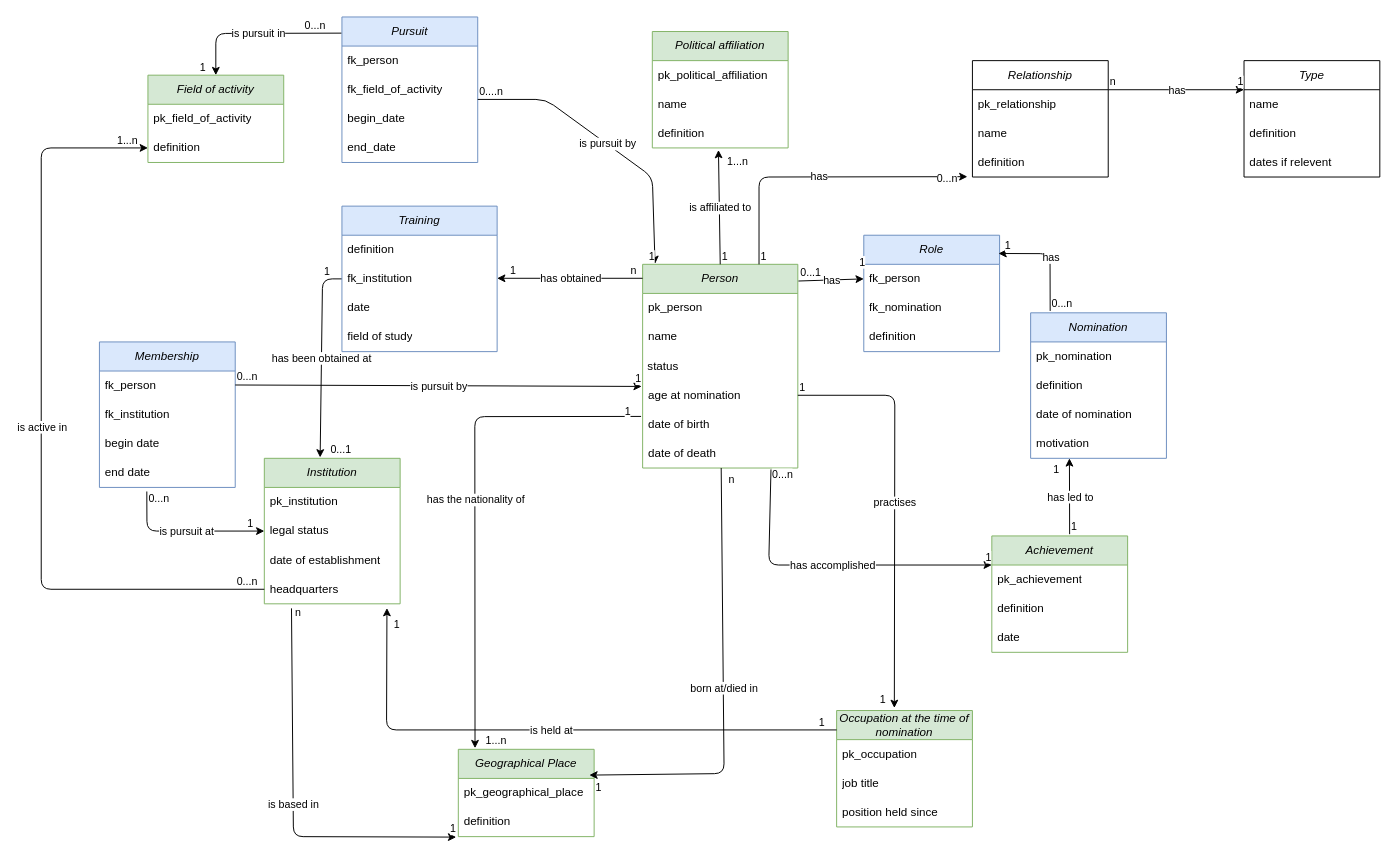
The draw.io diagram Documentation/MCD_to_database_nobel_prize.drawio in cattina2/nobel_peace_prize, before the edit. Source tidied: cells renumbered, new cells numbered last; positions are measured from the earlier drawing's top-left corner, leaving out a move shared by most shapes. Both pictures are drawn from the tidied source at 97%, with x=0, y=0 at pixel (41, 16).
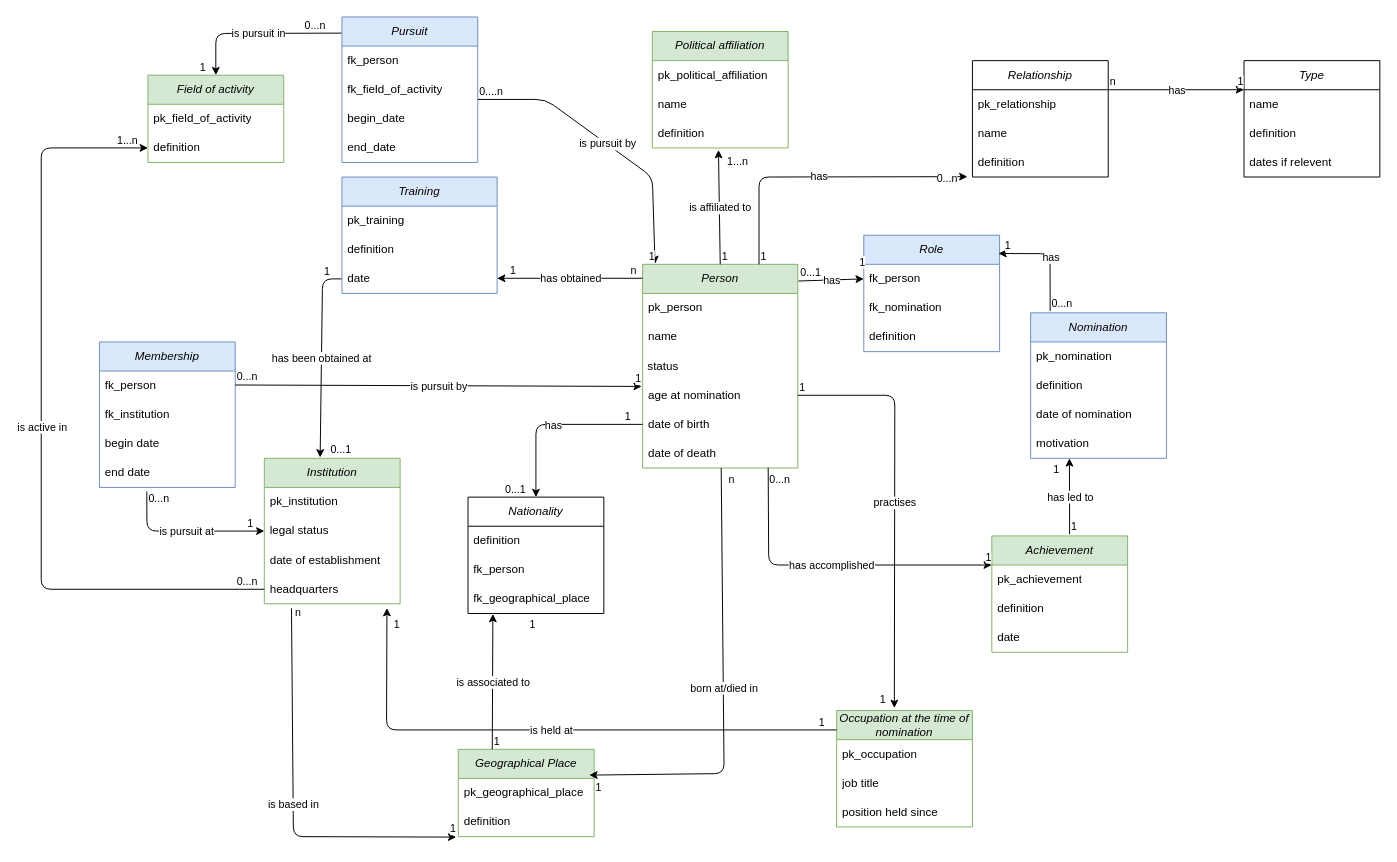
The same diagram, later.

Commit message (it also covers changes not shown here):
modifications MCD et SQLite

Unchanged cells that the change refers to:
```xml
<mxCell id="7" value="date of birth" style="text;strokeColor=none;fillColor=none;align=left;verticalAlign=middle;spacingLeft=4;spacingRight=4;overflow=hidden;points=[[0,0.5],[1,0.5]];portConstraint=eastwest;whiteSpace=wrap;html=1;" parent="2" vertex="1">
  <mxGeometry y="150" width="160" height="30" as="geometry" />
</mxCell>
<mxCell id="8" value="date of death" style="text;strokeColor=none;fillColor=none;align=left;verticalAlign=middle;spacingLeft=4;spacingRight=4;overflow=hidden;points=[[0,0.5],[1,0.5]];portConstraint=eastwest;whiteSpace=wrap;html=1;" parent="2" vertex="1">
  <mxGeometry y="180" width="160" height="30" as="geometry" />
</mxCell>
<mxCell id="14" value="&lt;i&gt;Institution&lt;/i&gt;" style="swimlane;fontStyle=0;horizontal=1;startSize=30;whiteSpace=wrap;html=1;fillColor=#d5e8d4;strokeColor=#82b366;" parent="1" vertex="1">
  <mxGeometry x="230" y="455" width="140" height="150" as="geometry" />
</mxCell>
<mxCell id="19" value="&lt;i&gt;Geographical Place&lt;/i&gt;" style="swimlane;fontStyle=0;horizontal=1;startSize=30;whiteSpace=wrap;html=1;fillColor=#d5e8d4;strokeColor=#82b366;" parent="1" vertex="1">
  <mxGeometry x="430" y="755" width="140" height="90" as="geometry" />
</mxCell>
<mxCell id="37" value="Achievement" style="swimlane;fontStyle=2;horizontal=1;startSize=30;whiteSpace=wrap;html=1;fillColor=#d5e8d4;strokeColor=#82b366;" parent="1" vertex="1">
  <mxGeometry x="980" y="535" width="140" height="120" as="geometry" />
</mxCell>
```

Change to the diagram source:
```diff
@@
-    <mxCell id="70" style="endArrow=classic;html=1;exitX=0;exitY=0.5;exitDx=0;exitDy=0;entryX=0.411;entryY=-0.006;entryDx=0;entryDy=0;entryPerimeter=0;" parent="1" edge="1" source="104" target="14">
+    <mxCell id="70" style="endArrow=classic;html=1;exitX=0;exitY=0.5;exitDx=0;exitDy=0;entryX=0.411;entryY=-0.006;entryDx=0;entryDy=0;entryPerimeter=0;" parent="1" edge="1" target="14">
       <mxGeometry relative="1" as="geometry">
+        <mxPoint x="310" y="270" as="sourcePoint" />
         <Array as="points">
           <mxPoint x="290" y="270" />
         </Array>
       </mxGeometry>
     </mxCell>
@@
-    <mxCell id="82" style="endArrow=classic;html=1;exitX=-0.01;exitY=0.227;exitDx=0;exitDy=0;exitPerimeter=0;entryX=0.123;entryY=-0.013;entryDx=0;entryDy=0;entryPerimeter=0;" parent="1" edge="1" source="7" target="19">
-      <mxGeometry relative="1" as="geometry">
-        <Array as="points">
-          <mxPoint x="447" y="412" />
-        </Array>
-      </mxGeometry>
-    </mxCell>
-    <mxCell id="83" value="has the nationality of" style="edgeLabel;html=1;align=center;verticalAlign=middle;" parent="82" vertex="1">
-      <mxGeometry relative="1" as="geometry" />
-    </mxCell>
-    <mxCell id="84" value="1" style="edgeLabel;html=1;align=left;verticalAlign=bottom;" parent="82" vertex="1">
-      <mxGeometry x="-1" relative="1" as="geometry">
-        <mxPoint x="-18" y="3" as="offset" />
-      </mxGeometry>
-    </mxCell>
-    <mxCell id="85" value="1...n" style="edgeLabel;html=1;align=right;verticalAlign=bottom;" parent="82" vertex="1">
-      <mxGeometry x="1" relative="1" as="geometry">
-        <mxPoint x="33" as="offset" />
-      </mxGeometry>
-    </mxCell>
@@
     <mxCell id="102" value="Training" style="swimlane;fontStyle=2;horizontal=1;startSize=30;whiteSpace=wrap;html=1;fillColor=#dae8fc;strokeColor=#6c8ebf;" parent="1" vertex="1">
-      <mxGeometry x="310" y="195" width="160" height="150" as="geometry" />
+      <mxGeometry x="310" y="165" width="160" height="120" as="geometry" />
     </mxCell>
+    <mxCell id="140" value="pk_training" style="text;strokeColor=none;fillColor=none;align=left;verticalAlign=middle;spacingLeft=4;spacingRight=4;overflow=hidden;whiteSpace=wrap;html=1;" parent="102" vertex="1">
+      <mxGeometry y="30" width="160" height="30" as="geometry" />
+    </mxCell>
     <mxCell id="103" value="definition" style="text;strokeColor=none;fillColor=none;align=left;verticalAlign=middle;spacingLeft=4;spacingRight=4;overflow=hidden;whiteSpace=wrap;html=1;" parent="102" vertex="1">
-      <mxGeometry y="30" width="160" height="30" as="geometry" />
+      <mxGeometry y="60" width="160" height="30" as="geometry" />
     </mxCell>
-    <mxCell id="104" value="fk_institution" style="text;strokeColor=none;fillColor=none;align=left;verticalAlign=middle;spacingLeft=4;spacingRight=4;overflow=hidden;points=[[0,0.5],[1,0.5]];portConstraint=eastwest;whiteSpace=wrap;html=1;" parent="102" vertex="1">
-      <mxGeometry y="60" width="160" height="30" as="geometry" />
-    </mxCell>
@@
-    <mxCell id="106" value="field of study" style="text;strokeColor=none;fillColor=none;align=left;verticalAlign=middle;spacingLeft=4;spacingRight=4;overflow=hidden;whiteSpace=wrap;html=1;" parent="102" vertex="1">
-      <mxGeometry y="120" width="160" height="30" as="geometry" />
-    </mxCell>
@@
-    <mxCell id="132" style="endArrow=classic;html=1;exitX=0.827;exitY=1.049;exitDx=0;exitDy=0;exitPerimeter=0;entryX=0;entryY=0.25;entryDx=0;entryDy=0;" parent="1" edge="1" source="8" target="37">
+    <mxCell id="132" style="endArrow=classic;html=1;exitX=0.809;exitY=0.986;exitDx=0;exitDy=0;exitPerimeter=0;entryX=0;entryY=0.25;entryDx=0;entryDy=0;" parent="1" edge="1" source="8" target="37">
       <mxGeometry relative="1" as="geometry">
         <Array as="points">
           <mxPoint x="750" y="565" />
         </Array>
       </mxGeometry>
     </mxCell>
@@
     <mxCell id="134" value="0...n" style="edgeLabel;html=1;align=left;verticalAlign=bottom;" parent="132" vertex="1">
       <mxGeometry x="-1" relative="1" as="geometry">
-        <mxPoint y="14" as="offset" />
+        <mxPoint y="20" as="offset" />
       </mxGeometry>
     </mxCell>
@@
+    <mxCell id="141" value="&lt;i&gt;Nationality&lt;/i&gt;" style="swimlane;fontStyle=0;horizontal=1;startSize=30;whiteSpace=wrap;html=1;" parent="1" vertex="1">
+      <mxGeometry x="440" y="495" width="140" height="120" as="geometry" />
+    </mxCell>
+    <mxCell id="142" value="definition" style="text;strokeColor=none;fillColor=none;align=left;verticalAlign=middle;spacingLeft=4;spacingRight=4;overflow=hidden;whiteSpace=wrap;html=1;" parent="141" vertex="1">
+      <mxGeometry y="30" width="140" height="30" as="geometry" />
+    </mxCell>
+    <mxCell id="143" value="fk_person" style="text;strokeColor=none;fillColor=none;align=left;verticalAlign=middle;spacingLeft=4;spacingRight=4;overflow=hidden;whiteSpace=wrap;html=1;" parent="141" vertex="1">
+      <mxGeometry y="60" width="140" height="30" as="geometry" />
+    </mxCell>
+    <mxCell id="144" value="fk_geographical_place" style="text;strokeColor=none;fillColor=none;align=left;verticalAlign=middle;spacingLeft=4;spacingRight=4;overflow=hidden;points=[[0,0.5],[1,0.5]];portConstraint=eastwest;whiteSpace=wrap;html=1;" parent="141" vertex="1">
+      <mxGeometry y="90" width="140" height="30" as="geometry" />
+    </mxCell>
+    <mxCell id="145" style="endArrow=classic;html=1;exitX=0;exitY=0.5;exitDx=0;exitDy=0;entryX=0.5;entryY=0;entryDx=0;entryDy=0;" parent="1" edge="1" source="7" target="141">
+      <mxGeometry relative="1" as="geometry">
+        <Array as="points">
+          <mxPoint x="510" y="420" />
+        </Array>
+      </mxGeometry>
+    </mxCell>
+    <mxCell id="146" value="has" style="edgeLabel;html=1;align=center;verticalAlign=middle;" parent="145" vertex="1">
+      <mxGeometry relative="1" as="geometry" />
+    </mxCell>
+    <mxCell id="147" value="1" style="edgeLabel;html=1;align=left;verticalAlign=bottom;" parent="145" vertex="1">
+      <mxGeometry x="-1" relative="1" as="geometry">
+        <mxPoint x="-20" as="offset" />
+      </mxGeometry>
+    </mxCell>
+    <mxCell id="148" value="0...1" style="edgeLabel;html=1;align=right;verticalAlign=bottom;" parent="145" vertex="1">
+      <mxGeometry x="1" relative="1" as="geometry">
+        <mxPoint x="-10" as="offset" />
+      </mxGeometry>
+    </mxCell>
+    <mxCell id="149" style="endArrow=classic;html=1;exitX=0.25;exitY=0;exitDx=0;exitDy=0;entryX=0.183;entryY=1.015;entryDx=0;entryDy=0;entryPerimeter=0;" parent="1" edge="1" source="19" target="144">
+      <mxGeometry relative="1" as="geometry" />
+    </mxCell>
+    <mxCell id="150" value="is associated to" style="edgeLabel;html=1;align=center;verticalAlign=middle;" parent="149" vertex="1">
+      <mxGeometry relative="1" as="geometry" />
+    </mxCell>
+    <mxCell id="151" value="1" style="edgeLabel;html=1;align=left;verticalAlign=bottom;" parent="149" vertex="1">
+      <mxGeometry x="-1" relative="1" as="geometry" />
+    </mxCell>
+    <mxCell id="152" value="1" style="edgeLabel;html=1;align=right;verticalAlign=bottom;" parent="149" vertex="1">
+      <mxGeometry x="1" relative="1" as="geometry">
+        <mxPoint x="44" y="19" as="offset" />
+      </mxGeometry>
+    </mxCell>
```
